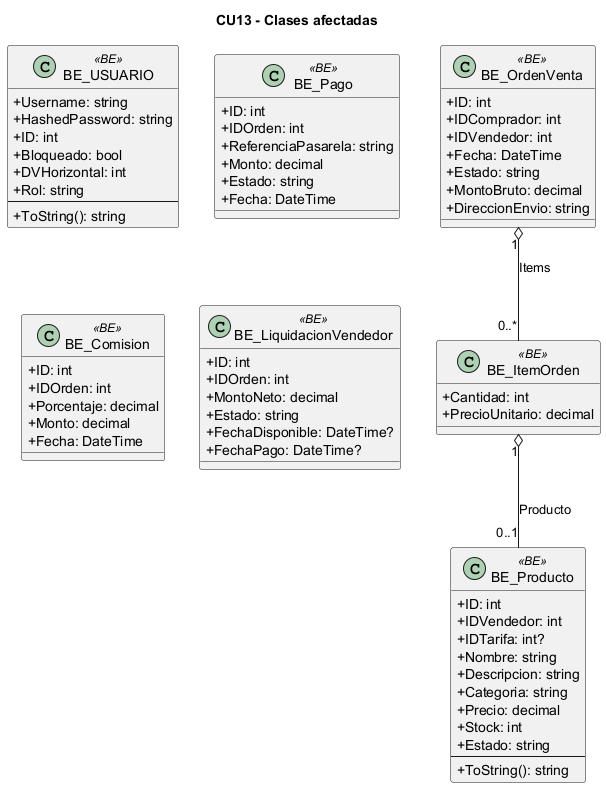
L-Muniz/uai-diploma_2026 keeps this PlantUML diagram as docs/diagramas/uml_png/cu__CU13_clases.png. Above is the earlier version.
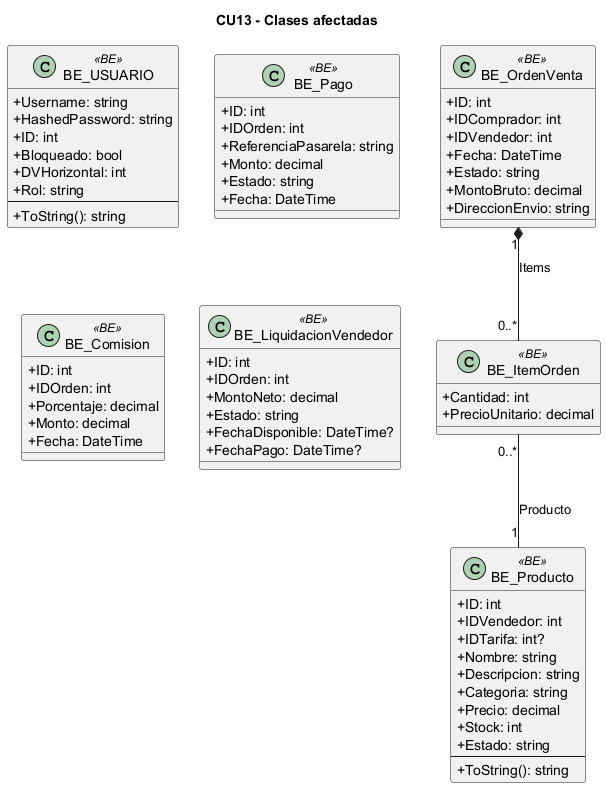
After the change.

What changed in the source:
```diff
@@ -60,6 +60,6 @@
   +FechaDisponible: DateTime?
   +FechaPago: DateTime?
 }
-BE_OrdenVenta "1" o-- "0..*" BE_ItemOrden : Items
-BE_ItemOrden "1" o-- "0..1" BE_Producto : Producto
+BE_OrdenVenta "1" *-- "0..*" BE_ItemOrden : Items
+BE_ItemOrden "0..*" -- "1" BE_Producto : Producto
 @enduml
```
